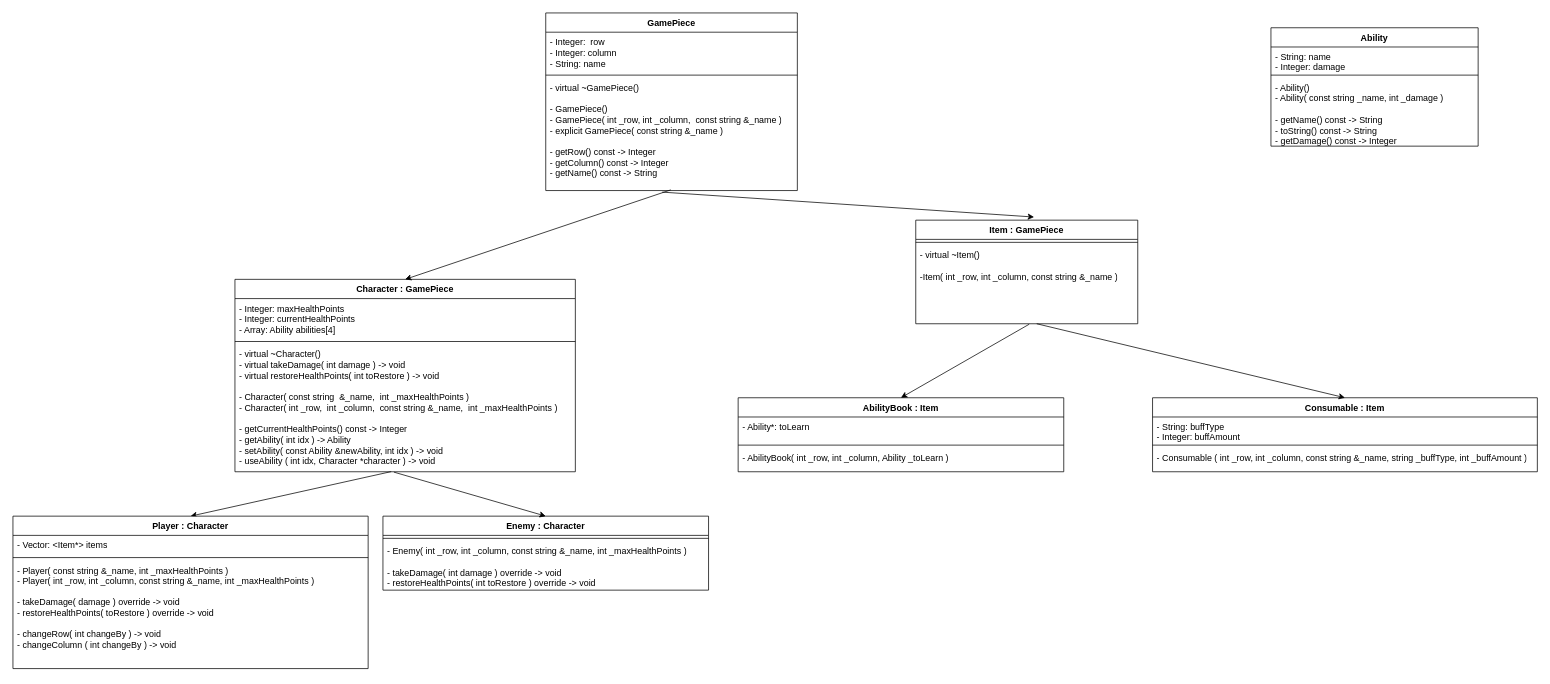
This is cli_game.drawio from klovelace21/cli_game, a draw.io file, before an edit. Source tidied: cells renumbered, new cells numbered last; positions are measured from the earlier drawing's top-left corner, leaving out a move shared by most shapes. Both pictures are drawn from the tidied source at 74%, with x=0, y=0 at pixel (13, 13).
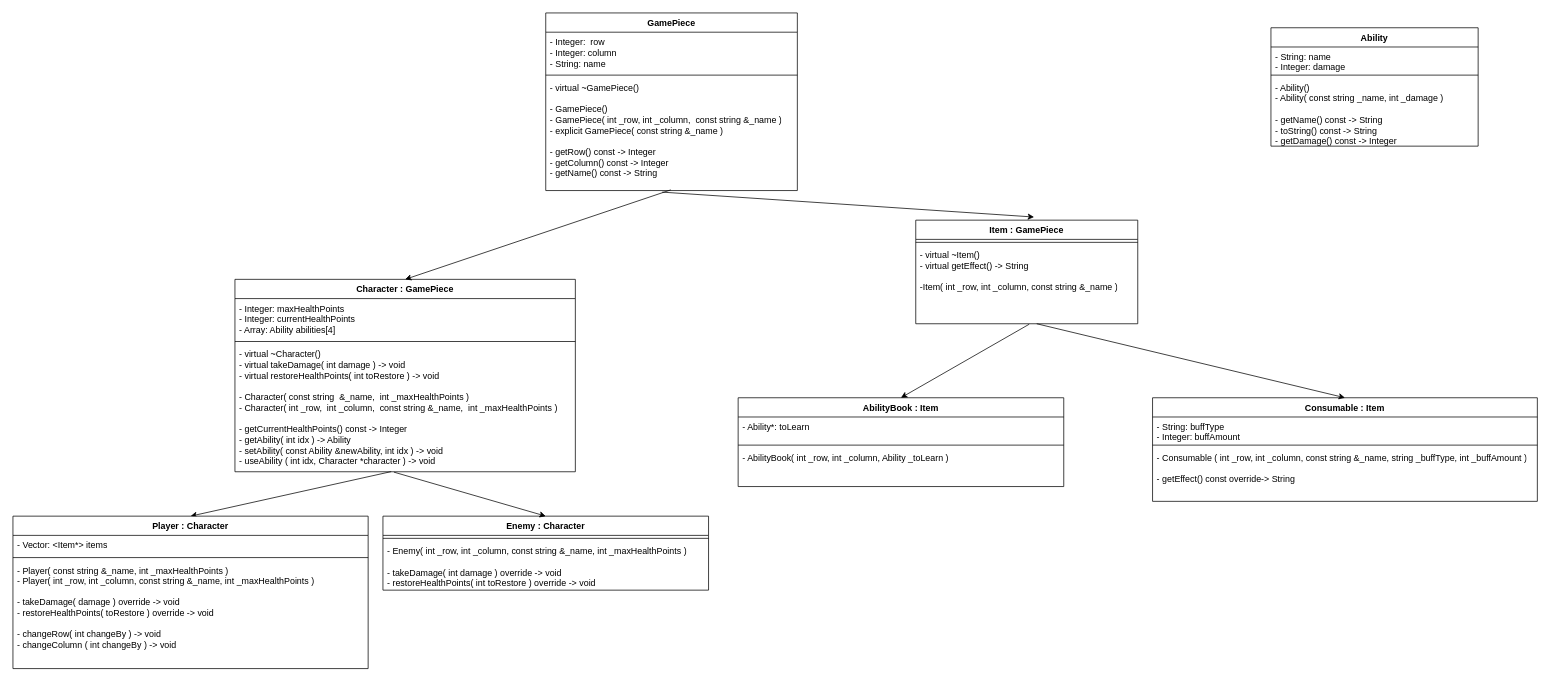
The same diagram, later.

Commit message:
virtual getEffect() diagram

Unchanged cells that the change refers to:
```xml
<mxCell id="16" value="Item : GamePiece" style="swimlane;fontStyle=1;align=center;verticalAlign=top;horizontal=1;startSize=26;whiteSpace=wrap;html=1;" parent="1" vertex="1">
  <mxGeometry x="1220" y="280" width="300" height="140" as="geometry" />
</mxCell>
```

What changed in the source:
```diff
@@
-    <mxCell id="18" value="- virtual ~Item()&lt;br&gt;&lt;br&gt;-Item( int _row, int _column, const string &amp;amp;_name )" style="text;strokeColor=none;fillColor=none;align=left;verticalAlign=top;spacingLeft=4;spacingRight=4;overflow=hidden;points=[[0,0.5],[1,0.5]];portConstraint=eastwest;whiteSpace=wrap;html=1;" parent="16" vertex="1">
+    <mxCell id="18" value="- virtual ~Item()&lt;br&gt;- virtual getEffect() -&amp;gt; String&lt;br&gt;&lt;br&gt;-Item( int _row, int _column, const string &amp;amp;_name )&lt;br&gt;" style="text;strokeColor=none;fillColor=none;align=left;verticalAlign=top;spacingLeft=4;spacingRight=4;overflow=hidden;points=[[0,0.5],[1,0.5]];portConstraint=eastwest;whiteSpace=wrap;html=1;" parent="16" vertex="1">
       <mxGeometry y="34" width="300" height="106" as="geometry" />
     </mxCell>
@@
     <mxCell id="20" value="AbilityBook : Item" style="swimlane;fontStyle=1;align=center;verticalAlign=top;horizontal=1;startSize=26;whiteSpace=wrap;html=1;" parent="1" vertex="1">
-      <mxGeometry x="980" y="520" width="440" height="100" as="geometry" />
+      <mxGeometry x="980" y="520" width="440" height="120" as="geometry" />
     </mxCell>
@@
-    <mxCell id="23" value="- AbilityBook( int _row, int _column, Ability _toLearn )" style="text;strokeColor=none;fillColor=none;align=left;verticalAlign=top;spacingLeft=4;spacingRight=4;overflow=hidden;whiteSpace=wrap;html=1;" parent="20" vertex="1">
-      <mxGeometry y="68" width="440" height="32" as="geometry" />
+    <mxCell id="23" value="- AbilityBook( int _row, int _column, Ability _toLearn )&lt;br&gt;&lt;br&gt;" style="text;strokeColor=none;fillColor=none;align=left;verticalAlign=top;spacingLeft=4;spacingRight=4;overflow=hidden;whiteSpace=wrap;html=1;" parent="20" vertex="1">
+      <mxGeometry y="68" width="440" height="52" as="geometry" />
     </mxCell>
     <mxCell id="24" value="Consumable : Item" style="swimlane;fontStyle=1;align=center;verticalAlign=top;horizontal=1;startSize=26;whiteSpace=wrap;html=1;" parent="1" vertex="1">
-      <mxGeometry x="1540" y="520" width="520" height="100" as="geometry" />
+      <mxGeometry x="1540" y="520" width="520" height="140" as="geometry" />
     </mxCell>
@@
-    <mxCell id="27" value="- Consumable ( int _row, int _column, const string &amp;amp;_name, string _buffType, int _buffAmount )" style="text;strokeColor=none;fillColor=none;align=left;verticalAlign=top;spacingLeft=4;spacingRight=4;overflow=hidden;whiteSpace=wrap;html=1;" parent="24" vertex="1">
-      <mxGeometry y="68" width="520" height="32" as="geometry" />
+    <mxCell id="27" value="- Consumable ( int _row, int _column, const string &amp;amp;_name, string _buffType, int _buffAmount )&lt;br&gt;&lt;br&gt;- getEffect() const override-&amp;gt; String" style="text;strokeColor=none;fillColor=none;align=left;verticalAlign=top;spacingLeft=4;spacingRight=4;overflow=hidden;whiteSpace=wrap;html=1;" parent="24" vertex="1">
+      <mxGeometry y="68" width="520" height="72" as="geometry" />
     </mxCell>
```
